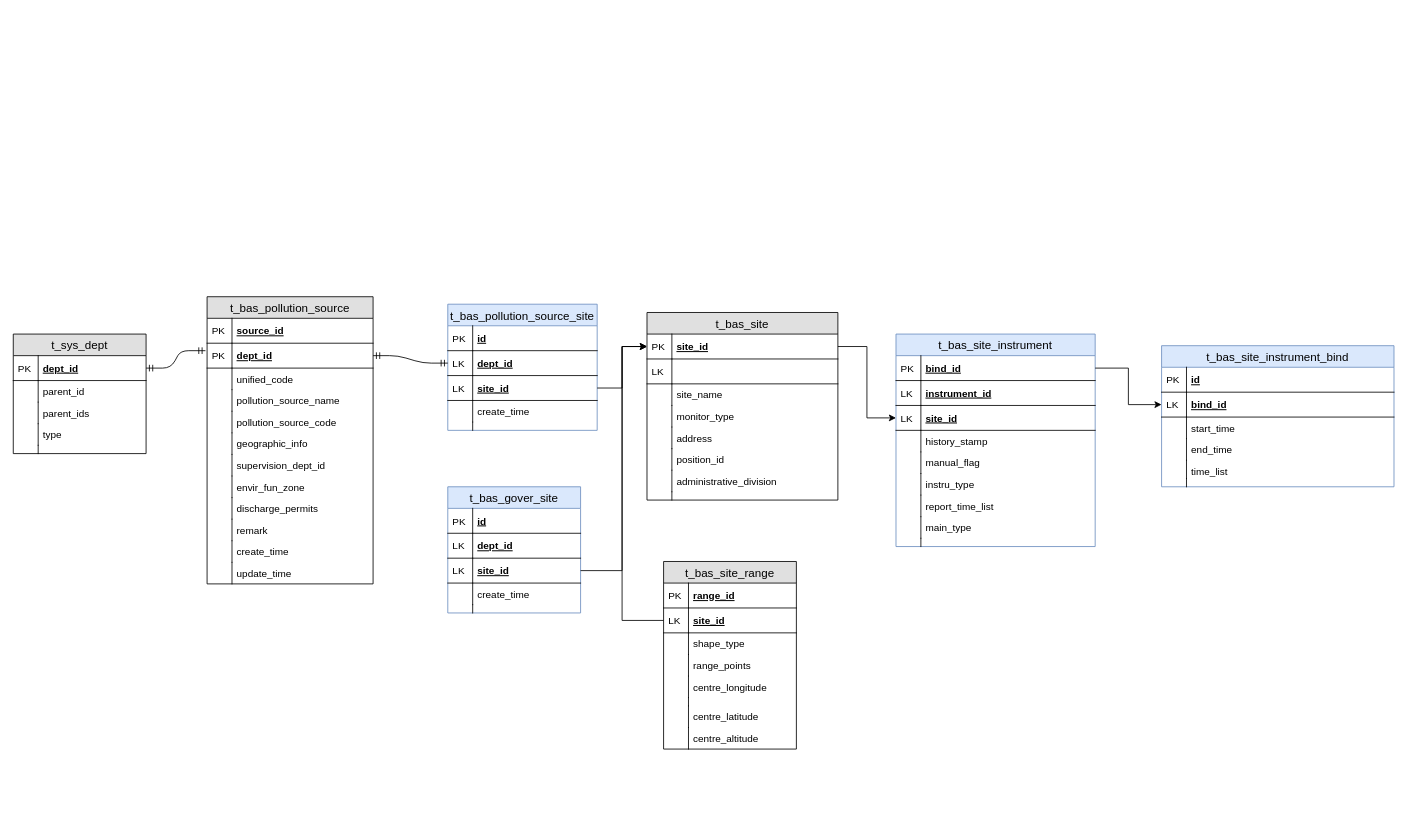
Before: hntyCloudDataER.drawio in lzdong0714/note, a draw.io diagram. Source tidied: cells renumbered, new cells numbered last; positions are measured from the earlier drawing's top-left corner, leaving out a move shared by most shapes. Both pictures are drawn from the tidied source at 83%, with x=0, y=0 at pixel (12, 296).
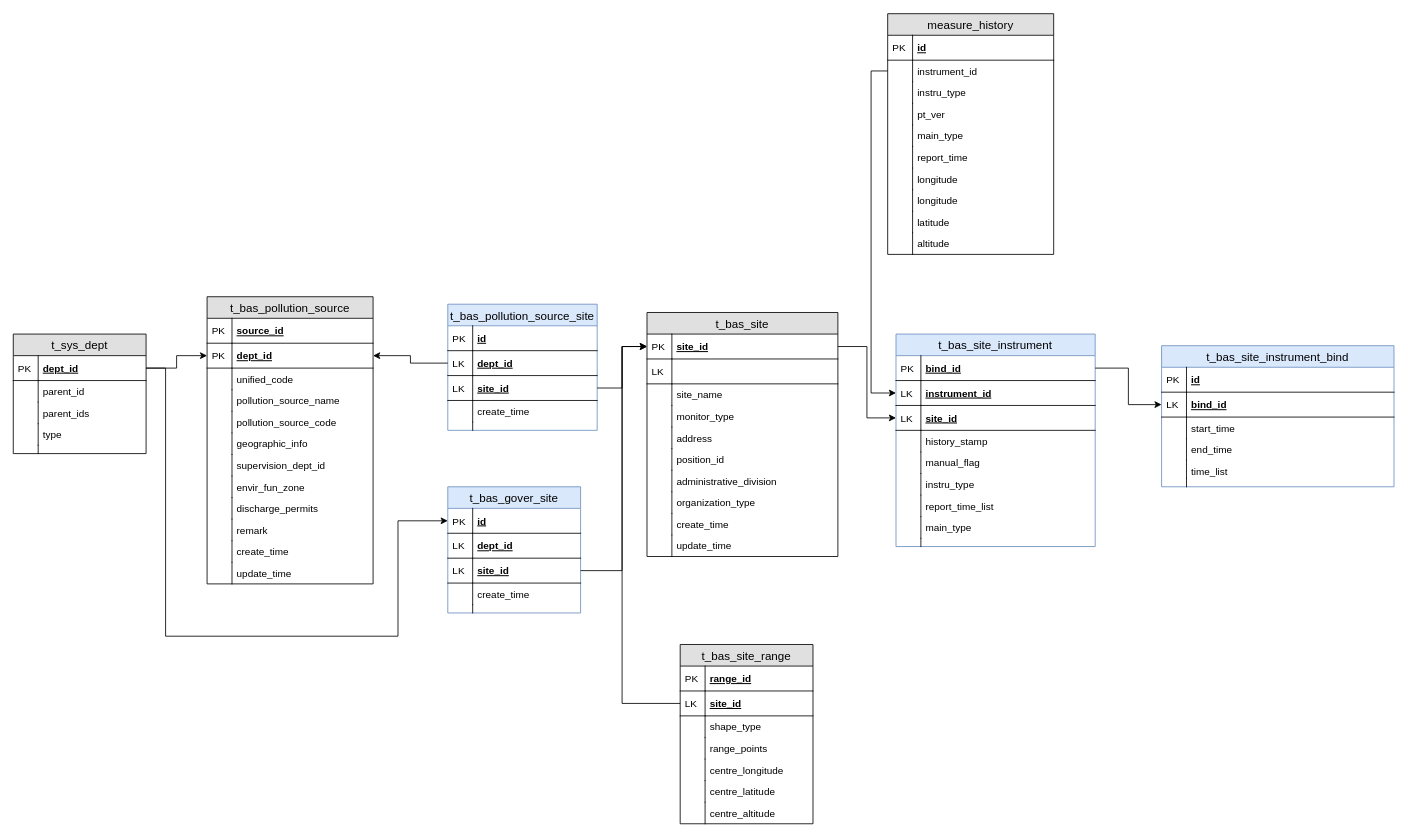
The same page after the edit.

The change refers to these unchanged cells:
```xml
<mxCell id="3" value="site_id" style="shape=partialRectangle;top=0;left=0;right=0;bottom=1;align=left;verticalAlign=middle;fillColor=none;spacingLeft=34;spacingRight=4;overflow=hidden;points=[[0,0.5],[1,0.5]];portConstraint=eastwest;fontStyle=5;fontSize=12;" parent="2" vertex="1">
  <mxGeometry y="26" width="230" height="30" as="geometry" />
</mxCell>
<mxCell id="22" value="instrument_id" style="shape=partialRectangle;top=0;left=0;right=0;bottom=1;align=left;verticalAlign=middle;fillColor=none;spacingLeft=34;spacingRight=4;overflow=hidden;points=[[0,0.5],[1,0.5]];portConstraint=eastwest;fontStyle=5;fontSize=12;" parent="19" vertex="1">
  <mxGeometry y="56" width="240" height="30" as="geometry" />
</mxCell>
<mxCell id="41" value="site_id" style="shape=partialRectangle;top=0;left=0;right=0;bottom=1;align=left;verticalAlign=middle;fillColor=none;spacingLeft=34;spacingRight=4;overflow=hidden;points=[[0,0.5],[1,0.5]];portConstraint=eastwest;fontStyle=5;fontSize=12;" parent="38" vertex="1">
  <mxGeometry y="56" width="160" height="30" as="geometry" />
</mxCell>
<mxCell id="71" value="dept_id" style="shape=partialRectangle;top=0;left=0;right=0;bottom=1;align=left;verticalAlign=middle;fillColor=none;spacingLeft=34;spacingRight=4;overflow=hidden;points=[[0,0.5],[1,0.5]];portConstraint=eastwest;fontStyle=5;fontSize=12;" parent="68" vertex="1">
  <mxGeometry y="56" width="200" height="30" as="geometry" />
</mxCell>
<mxCell id="96" value="dept_id" style="shape=partialRectangle;top=0;left=0;right=0;bottom=1;align=left;verticalAlign=middle;fillColor=none;spacingLeft=34;spacingRight=4;overflow=hidden;points=[[0,0.5],[1,0.5]];portConstraint=eastwest;fontStyle=5;fontSize=12;" parent="93" vertex="1">
  <mxGeometry y="56" width="180" height="30" as="geometry" />
</mxCell>
<mxCell id="109" value="id" style="shape=partialRectangle;top=0;left=0;right=0;bottom=1;align=left;verticalAlign=middle;fillColor=none;spacingLeft=34;spacingRight=4;overflow=hidden;points=[[0,0.5],[1,0.5]];portConstraint=eastwest;fontStyle=5;fontSize=12;" parent="108" vertex="1">
  <mxGeometry y="26" width="160" height="30" as="geometry" />
</mxCell>
<mxCell id="121" value="dept_id" style="shape=partialRectangle;top=0;left=0;right=0;bottom=1;align=left;verticalAlign=middle;fillColor=none;spacingLeft=34;spacingRight=4;overflow=hidden;points=[[0,0.5],[1,0.5]];portConstraint=eastwest;fontStyle=5;fontSize=12;" parent="120" vertex="1">
  <mxGeometry y="26" width="160" height="30" as="geometry" />
</mxCell>
```

What changed in the source:
```diff
@@
     <mxCell id="2" value="t_bas_site" style="swimlane;fontStyle=0;horizontal=1;startSize=26;fillColor=#e0e0e0;swimlaneFillColor=#ffffff;align=center;fontSize=14;" parent="1" vertex="1">
-      <mxGeometry x="764" y="19" width="230" height="226" as="geometry" />
+      <mxGeometry x="764" y="19" width="230" height="294" as="geometry" />
     </mxCell>
@@
-    <mxCell id="17" style="shape=partialRectangle;top=0;left=0;right=0;bottom=0;align=left;verticalAlign=top;fillColor=none;spacingLeft=34;spacingRight=4;overflow=hidden;fontSize=12;" parent="2" vertex="1">
-      <mxGeometry y="216" width="230" height="10" as="geometry" />
-    </mxCell>
-    <mxCell id="18" style="shape=partialRectangle;top=0;left=0;bottom=0;fillColor=none;align=left;verticalAlign=top;spacingLeft=4;spacingRight=4;overflow=hidden;fontSize=12;" parent="17" vertex="1">
-      <mxGeometry width="30" height="10" as="geometry" />
-    </mxCell>
+    <mxCell id="133" value="organization_type" style="shape=partialRectangle;top=0;left=0;right=0;bottom=0;align=left;verticalAlign=top;fillColor=none;spacingLeft=34;spacingRight=4;overflow=hidden;fontSize=12;" parent="2" vertex="1">
+      <mxGeometry y="216" width="230" height="26" as="geometry" />
+    </mxCell>
+    <mxCell id="134" style="shape=partialRectangle;top=0;left=0;bottom=0;fillColor=none;align=left;verticalAlign=top;spacingLeft=4;spacingRight=4;overflow=hidden;fontSize=12;" parent="133" vertex="1">
+      <mxGeometry width="30" height="26" as="geometry" />
+    </mxCell>
+    <mxCell id="135" value="create_time" style="shape=partialRectangle;top=0;left=0;right=0;bottom=0;align=left;verticalAlign=top;fillColor=none;spacingLeft=34;spacingRight=4;overflow=hidden;fontSize=12;" parent="2" vertex="1">
+      <mxGeometry y="242" width="230" height="26" as="geometry" />
+    </mxCell>
+    <mxCell id="136" style="shape=partialRectangle;top=0;left=0;bottom=0;fillColor=none;align=left;verticalAlign=top;spacingLeft=4;spacingRight=4;overflow=hidden;fontSize=12;" parent="135" vertex="1">
+      <mxGeometry width="30" height="26" as="geometry" />
+    </mxCell>
+    <mxCell id="137" value="update_time" style="shape=partialRectangle;top=0;left=0;right=0;bottom=0;align=left;verticalAlign=top;fillColor=none;spacingLeft=34;spacingRight=4;overflow=hidden;fontSize=12;" parent="2" vertex="1">
+      <mxGeometry y="268" width="230" height="26" as="geometry" />
+    </mxCell>
+    <mxCell id="138" style="shape=partialRectangle;top=0;left=0;bottom=0;fillColor=none;align=left;verticalAlign=top;spacingLeft=4;spacingRight=4;overflow=hidden;fontSize=12;" parent="137" vertex="1">
+      <mxGeometry width="30" height="26" as="geometry" />
+    </mxCell>
@@
     <mxCell id="38" value="t_bas_site_range" style="swimlane;fontStyle=0;horizontal=1;startSize=26;fillColor=#e0e0e0;swimlaneFillColor=#ffffff;align=center;fontSize=14;" parent="1" vertex="1">
-      <mxGeometry x="784" y="319" width="160" height="226" as="geometry" />
+      <mxGeometry x="804" y="419" width="160" height="216" as="geometry" />
     </mxCell>
@@
-    <mxCell id="49" style="shape=partialRectangle;top=0;left=0;right=0;bottom=0;align=left;verticalAlign=top;fillColor=none;spacingLeft=34;spacingRight=4;overflow=hidden;fontSize=12;" parent="38" vertex="1">
-      <mxGeometry y="164" width="160" height="10" as="geometry" />
-    </mxCell>
-    <mxCell id="50" style="shape=partialRectangle;top=0;left=0;bottom=0;fillColor=none;align=left;verticalAlign=top;spacingLeft=4;spacingRight=4;overflow=hidden;fontSize=12;" parent="49" vertex="1">
-      <mxGeometry width="30" height="10" as="geometry" />
-    </mxCell>
     <mxCell id="51" value="centre_latitude" style="shape=partialRectangle;top=0;left=0;right=0;bottom=0;align=left;verticalAlign=top;fillColor=none;spacingLeft=34;spacingRight=4;overflow=hidden;fontSize=12;" parent="38" vertex="1">
-      <mxGeometry y="174" width="160" height="26" as="geometry" />
+      <mxGeometry y="164" width="160" height="26" as="geometry" />
     </mxCell>
@@
     <mxCell id="53" value="centre_altitude" style="shape=partialRectangle;top=0;left=0;right=0;bottom=0;align=left;verticalAlign=top;fillColor=none;spacingLeft=34;spacingRight=4;overflow=hidden;fontSize=12;" parent="38" vertex="1">
-      <mxGeometry y="200" width="160" height="26" as="geometry" />
+      <mxGeometry y="190" width="160" height="26" as="geometry" />
     </mxCell>
@@
     <mxCell id="106" style="edgeStyle=orthogonalEdgeStyle;rounded=0;jettySize=auto;html=1;entryX=0;entryY=0.5;entryDx=0;entryDy=0;" parent="1" edge="1" source="41" target="3">
       <mxGeometry relative="1" as="geometry">
         <Array as="points">
-          <mxPoint x="734" y="390" />
+          <mxPoint x="734" y="490" />
           <mxPoint x="734" y="60" />
         </Array>
       </mxGeometry>
     </mxCell>
@@
+    <mxCell id="139" value="measure_history" style="swimlane;fontStyle=0;horizontal=1;startSize=26;fillColor=#e0e0e0;swimlaneFillColor=#ffffff;align=center;fontSize=14;" parent="1" vertex="1">
+      <mxGeometry x="1054" y="-341" width="200" height="290" as="geometry" />
+    </mxCell>
+    <mxCell id="140" value="id" style="shape=partialRectangle;top=0;left=0;right=0;bottom=1;align=left;verticalAlign=middle;fillColor=none;spacingLeft=34;spacingRight=4;overflow=hidden;fontStyle=5;fontSize=12;" parent="139" vertex="1">
+      <mxGeometry y="26" width="200" height="30" as="geometry" />
+    </mxCell>
+    <mxCell id="141" value="PK" style="shape=partialRectangle;top=0;left=0;bottom=0;fillColor=none;align=left;verticalAlign=middle;spacingLeft=4;spacingRight=4;overflow=hidden;fontSize=12;" parent="140" vertex="1">
+      <mxGeometry width="30" height="30" as="geometry" />
+    </mxCell>
+    <mxCell id="142" value="instrument_id" style="shape=partialRectangle;top=0;left=0;right=0;bottom=0;align=left;verticalAlign=top;fillColor=none;spacingLeft=34;spacingRight=4;overflow=hidden;points=[[0,0.5],[1,0.5]];portConstraint=eastwest;fontSize=12;" parent="139" vertex="1">
+      <mxGeometry y="56" width="200" height="26" as="geometry" />
+    </mxCell>
+    <mxCell id="143" style="shape=partialRectangle;top=0;left=0;bottom=0;fillColor=none;align=left;verticalAlign=top;spacingLeft=4;spacingRight=4;overflow=hidden;fontSize=12;" parent="142" vertex="1">
+      <mxGeometry width="30" height="26" as="geometry" />
+    </mxCell>
+    <mxCell id="144" value="instru_type" style="shape=partialRectangle;top=0;left=0;right=0;bottom=0;align=left;verticalAlign=top;fillColor=none;spacingLeft=34;spacingRight=4;overflow=hidden;fontSize=12;" parent="139" vertex="1">
+      <mxGeometry y="82" width="200" height="26" as="geometry" />
+    </mxCell>
+    <mxCell id="145" style="shape=partialRectangle;top=0;left=0;bottom=0;fillColor=none;align=left;verticalAlign=top;spacingLeft=4;spacingRight=4;overflow=hidden;fontSize=12;" parent="144" vertex="1">
+      <mxGeometry width="30" height="26" as="geometry" />
+    </mxCell>
+    <mxCell id="146" value="pt_ver" style="shape=partialRectangle;top=0;left=0;right=0;bottom=0;align=left;verticalAlign=top;fillColor=none;spacingLeft=34;spacingRight=4;overflow=hidden;fontSize=12;" parent="139" vertex="1">
+      <mxGeometry y="108" width="200" height="26" as="geometry" />
+    </mxCell>
+    <mxCell id="147" style="shape=partialRectangle;top=0;left=0;bottom=0;fillColor=none;align=left;verticalAlign=top;spacingLeft=4;spacingRight=4;overflow=hidden;fontSize=12;" parent="146" vertex="1">
+      <mxGeometry width="30" height="26" as="geometry" />
+    </mxCell>
+    <mxCell id="148" value="main_type" style="shape=partialRectangle;top=0;left=0;right=0;bottom=0;align=left;verticalAlign=top;fillColor=none;spacingLeft=34;spacingRight=4;overflow=hidden;fontSize=12;" parent="139" vertex="1">
+      <mxGeometry y="134" width="200" height="26" as="geometry" />
+    </mxCell>
+    <mxCell id="149" style="shape=partialRectangle;top=0;left=0;bottom=0;fillColor=none;align=left;verticalAlign=top;spacingLeft=4;spacingRight=4;overflow=hidden;fontSize=12;" parent="148" vertex="1">
+      <mxGeometry width="30" height="26" as="geometry" />
+    </mxCell>
+    <mxCell id="150" value="report_time" style="shape=partialRectangle;top=0;left=0;right=0;bottom=0;align=left;verticalAlign=top;fillColor=none;spacingLeft=34;spacingRight=4;overflow=hidden;fontSize=12;" parent="139" vertex="1">
+      <mxGeometry y="160" width="200" height="26" as="geometry" />
+    </mxCell>
+    <mxCell id="151" style="shape=partialRectangle;top=0;left=0;bottom=0;fillColor=none;align=left;verticalAlign=top;spacingLeft=4;spacingRight=4;overflow=hidden;fontSize=12;" parent="150" vertex="1">
+      <mxGeometry width="30" height="26" as="geometry" />
+    </mxCell>
+    <mxCell id="152" value="longitude" style="shape=partialRectangle;top=0;left=0;right=0;bottom=0;align=left;verticalAlign=top;fillColor=none;spacingLeft=34;spacingRight=4;overflow=hidden;fontSize=12;" parent="139" vertex="1">
+      <mxGeometry y="186" width="200" height="26" as="geometry" />
+    </mxCell>
+    <mxCell id="153" style="shape=partialRectangle;top=0;left=0;bottom=0;fillColor=none;align=left;verticalAlign=top;spacingLeft=4;spacingRight=4;overflow=hidden;fontSize=12;" parent="152" vertex="1">
+      <mxGeometry width="30" height="26" as="geometry" />
+    </mxCell>
+    <mxCell id="154" value="longitude" style="shape=partialRectangle;top=0;left=0;right=0;bottom=0;align=left;verticalAlign=top;fillColor=none;spacingLeft=34;spacingRight=4;overflow=hidden;fontSize=12;" parent="139" vertex="1">
+      <mxGeometry y="212" width="200" height="26" as="geometry" />
+    </mxCell>
+    <mxCell id="155" style="shape=partialRectangle;top=0;left=0;bottom=0;fillColor=none;align=left;verticalAlign=top;spacingLeft=4;spacingRight=4;overflow=hidden;fontSize=12;" parent="154" vertex="1">
+      <mxGeometry width="30" height="26" as="geometry" />
+    </mxCell>
+    <mxCell id="156" value="latitude" style="shape=partialRectangle;top=0;left=0;right=0;bottom=0;align=left;verticalAlign=top;fillColor=none;spacingLeft=34;spacingRight=4;overflow=hidden;fontSize=12;" parent="139" vertex="1">
+      <mxGeometry y="238" width="200" height="26" as="geometry" />
+    </mxCell>
+    <mxCell id="157" style="shape=partialRectangle;top=0;left=0;bottom=0;fillColor=none;align=left;verticalAlign=top;spacingLeft=4;spacingRight=4;overflow=hidden;fontSize=12;" parent="156" vertex="1">
+      <mxGeometry width="30" height="26" as="geometry" />
+    </mxCell>
+    <mxCell id="158" value="altitude" style="shape=partialRectangle;top=0;left=0;right=0;bottom=0;align=left;verticalAlign=top;fillColor=none;spacingLeft=34;spacingRight=4;overflow=hidden;fontSize=12;" parent="139" vertex="1">
+      <mxGeometry y="264" width="200" height="26" as="geometry" />
+    </mxCell>
+    <mxCell id="159" style="shape=partialRectangle;top=0;left=0;bottom=0;fillColor=none;align=left;verticalAlign=top;spacingLeft=4;spacingRight=4;overflow=hidden;fontSize=12;" parent="158" vertex="1">
+      <mxGeometry width="30" height="26" as="geometry" />
+    </mxCell>
+    <mxCell id="160" style="edgeStyle=orthogonalEdgeStyle;rounded=0;jettySize=auto;html=1;exitX=0;exitY=0.5;exitDx=0;exitDy=0;entryX=0;entryY=0.5;entryDx=0;entryDy=0;" parent="1" edge="1" source="142" target="22">
+      <mxGeometry relative="1" as="geometry" />
+    </mxCell>
+    <mxCell id="161" style="edgeStyle=orthogonalEdgeStyle;rounded=0;jettySize=auto;html=1;entryX=0;entryY=0.5;entryDx=0;entryDy=0;exitX=1;exitY=0.5;exitDx=0;exitDy=0;" parent="1" edge="1" source="121" target="109">
+      <mxGeometry relative="1" as="geometry">
+        <Array as="points">
+          <mxPoint x="184" y="86" />
+          <mxPoint x="184" y="409" />
+          <mxPoint x="464" y="409" />
+          <mxPoint x="464" y="270" />
+        </Array>
+      </mxGeometry>
+    </mxCell>
-    <mxCell id="131" style="edgeStyle=entityRelationEdgeStyle;fontSize=12;html=1;endArrow=ERmandOne;startArrow=ERmandOne;exitX=1;exitY=0.5;exitDx=0;exitDy=0;entryX=-0.01;entryY=0.3;entryDx=0;entryDy=0;entryPerimeter=0;" parent="1" edge="1" source="121" target="71">
+    <mxCell id="131" style="edgeStyle=orthogonalEdgeStyle;rounded=0;jettySize=auto;html=1;exitX=1;exitY=0.5;exitDx=0;exitDy=0;entryX=0;entryY=0.5;entryDx=0;entryDy=0;" parent="1" edge="1" source="121" target="71">
       <mxGeometry relative="1" as="geometry" />
     </mxCell>
-    <mxCell id="132" style="edgeStyle=entityRelationEdgeStyle;fontSize=12;html=1;endArrow=ERmandOne;startArrow=ERmandOne;exitX=1;exitY=0.5;exitDx=0;exitDy=0;entryX=0;entryY=0.5;entryDx=0;entryDy=0;" parent="1" edge="1" source="71" target="96">
-      <mxGeometry relative="1" as="geometry" />
-    </mxCell>
+    <mxCell id="162" style="edgeStyle=orthogonalEdgeStyle;rounded=0;jettySize=auto;html=1;exitX=0;exitY=0.5;exitDx=0;exitDy=0;entryX=1;entryY=0.5;entryDx=0;entryDy=0;" parent="1" edge="1" source="96" target="71">
+      <mxGeometry relative="1" as="geometry" />
+    </mxCell>
```
